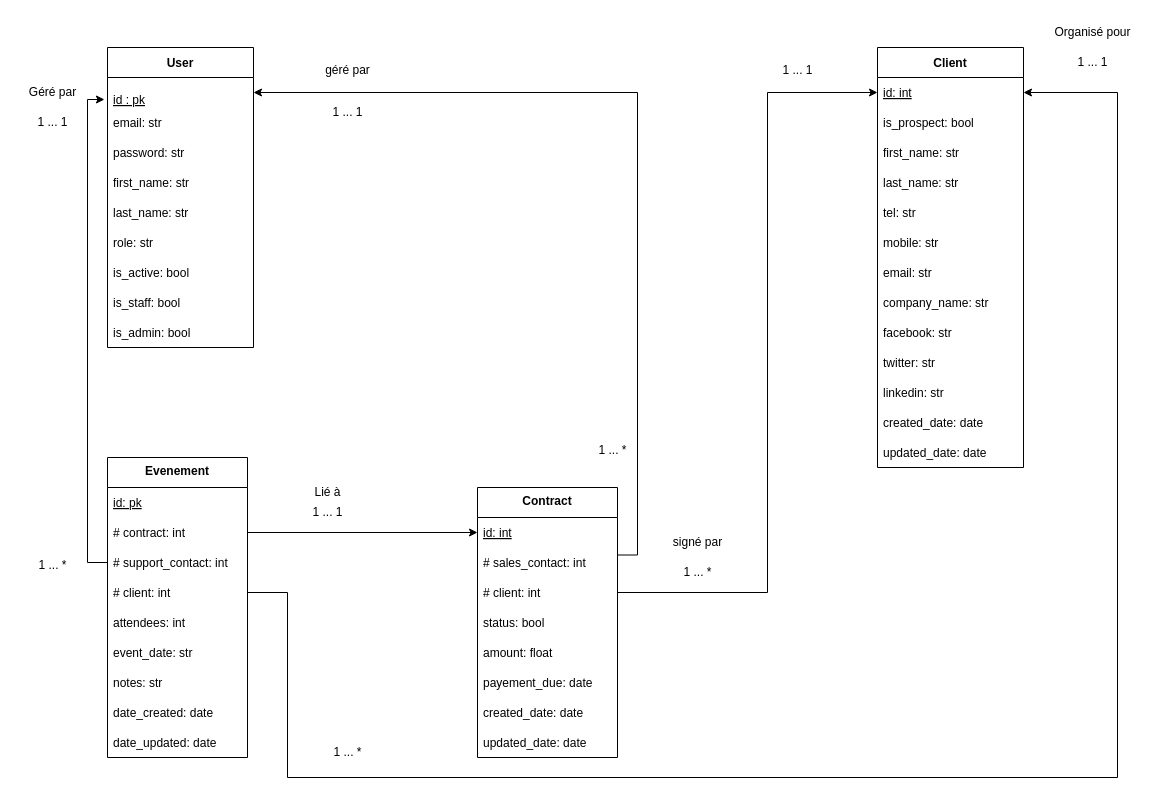
Earlier version of the draw.io diagram projet12_editable.drawio (thomas-barbato/projet-12). Source tidied: cells renumbered, new cells numbered last; positions are measured from the earlier drawing's top-left corner, leaving out a move shared by most shapes. Both pictures are drawn from the tidied source at 100%, with x=0, y=0 at pixel (17, 17).
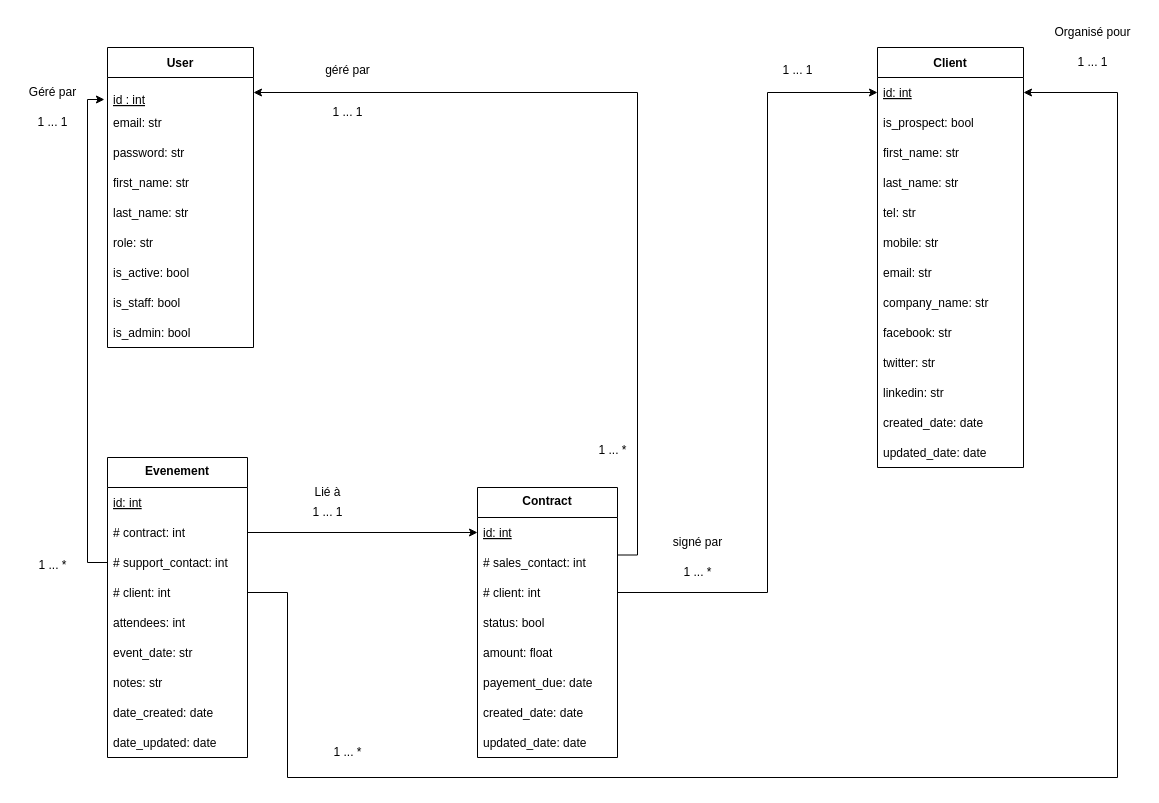
Above is the later version.

Unchanged cells that the change refers to:
```xml
<mxCell id="3" value="Evenement&#10;" style="swimlane;fontStyle=1;horizontal=1;startSize=30;align=center;verticalAlign=top;" parent="1" vertex="1">
  <mxGeometry x="90" y="440" width="140" height="300" as="geometry" />
</mxCell>
<mxCell id="23" value="User" style="swimlane;fontStyle=1;horizontal=1;startSize=30;direction=east;" parent="1" vertex="1">
  <mxGeometry x="90" y="30" width="146" height="300" as="geometry" />
</mxCell>
```

Change to the diagram source:
```diff
@@
-    <mxCell id="4" value="id: pk" style="text;strokeColor=none;fillColor=none;align=left;verticalAlign=middle;spacingLeft=4;spacingRight=4;overflow=hidden;fontStyle=4;" parent="3" vertex="1">
+    <mxCell id="4" value="id: int" style="text;strokeColor=none;fillColor=none;align=left;verticalAlign=middle;spacingLeft=4;spacingRight=4;overflow=hidden;fontStyle=4;" parent="3" vertex="1">
       <mxGeometry y="30" width="140" height="30" as="geometry" />
     </mxCell>
@@
-    <mxCell id="24" value="&#10;id : pk&#10;" style="text;strokeColor=none;fillColor=none;align=left;verticalAlign=middle;spacingLeft=4;spacingRight=4;overflow=hidden;points=[[0,0.5],[1,0.5]];portConstraint=eastwest;fontStyle=4;" parent="23" vertex="1">
+    <mxCell id="24" value="&#10;id : int&#10;" style="text;strokeColor=none;fillColor=none;align=left;verticalAlign=middle;spacingLeft=4;spacingRight=4;overflow=hidden;points=[[0,0.5],[1,0.5]];portConstraint=eastwest;fontStyle=4;" parent="23" vertex="1">
       <mxGeometry y="30" width="146" height="30" as="geometry" />
     </mxCell>
```
